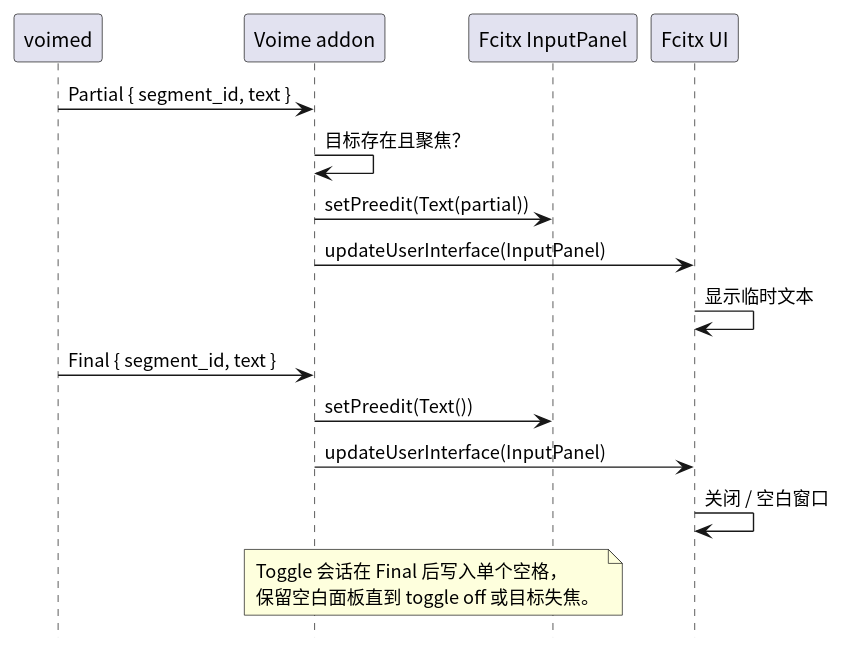
54m43lJ/voime keeps this PlantUML diagram as frontends/fcitx/diagram/preview.svg. Above is the earlier version. The source it was exported from:
```plantuml
@startuml
skinparam defaultFontName "Noto Sans CJK SC"
skinparam shadowing false
hide footbox

participant "voimed" as Daemon
participant "Voime addon" as Addon
participant "Fcitx InputPanel" as Panel
participant "Fcitx UI" as UI

Daemon -> Addon : Partial { segment_id, text }
Addon -> Addon : 目标存在且聚焦？
Addon -> Panel : setPreedit(Text(partial))
Addon -> UI : updateUserInterface(InputPanel)
UI -> UI : 显示临时文本

Daemon -> Addon : Final { segment_id, text }
Addon -> Panel : setPreedit(Text())
Addon -> UI : updateUserInterface(InputPanel)
UI -> UI : 关闭 / 空白窗口

note over Addon, Panel
  Toggle 会话在 Final 后写入单个空格，
  保留空白面板直到 toggle off 或目标失焦。
end note
@enduml
```
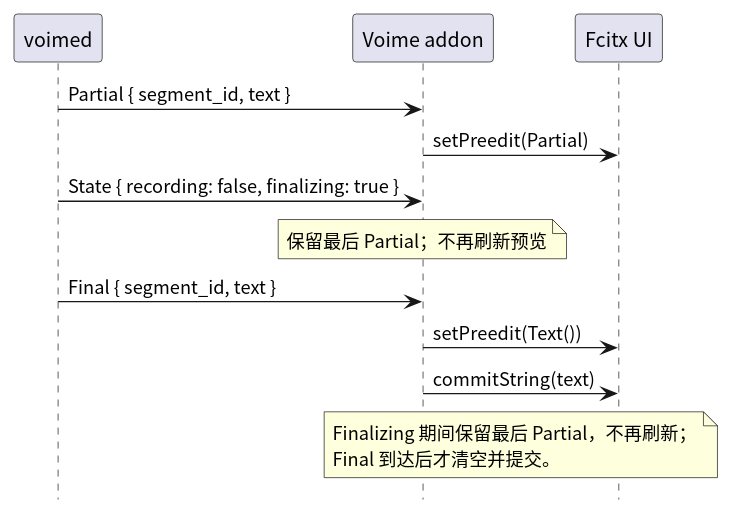
After the change.

What changed in the source:
```diff
@@ -5,22 +5,20 @@
 
 participant "voimed" as Daemon
 participant "Voime addon" as Addon
-participant "Fcitx InputPanel" as Panel
 participant "Fcitx UI" as UI
 
 Daemon -> Addon : Partial { segment_id, text }
-Addon -> Addon : 目标存在且聚焦？
-Addon -> Panel : setPreedit(Text(partial))
-Addon -> UI : updateUserInterface(InputPanel)
-UI -> UI : 显示临时文本
+Addon -> UI : setPreedit(Partial)
+
+Daemon -> Addon : State { recording: false, finalizing: true }
+note over Addon : 保留最后 Partial；不再刷新预览
 
 Daemon -> Addon : Final { segment_id, text }
-Addon -> Panel : setPreedit(Text())
-Addon -> UI : updateUserInterface(InputPanel)
-UI -> UI : 关闭 / 空白窗口
+Addon -> UI : setPreedit(Text())
+Addon -> UI : commitString(text)
 
-note over Addon, Panel
-  Toggle 会话在 Final 后写入单个空格，
-  保留空白面板直到 toggle off 或目标失焦。
+note over Addon, UI
+  Finalizing 期间保留最后 Partial，不再刷新；
+  Final 到达后才清空并提交。
 end note
 @enduml
```
